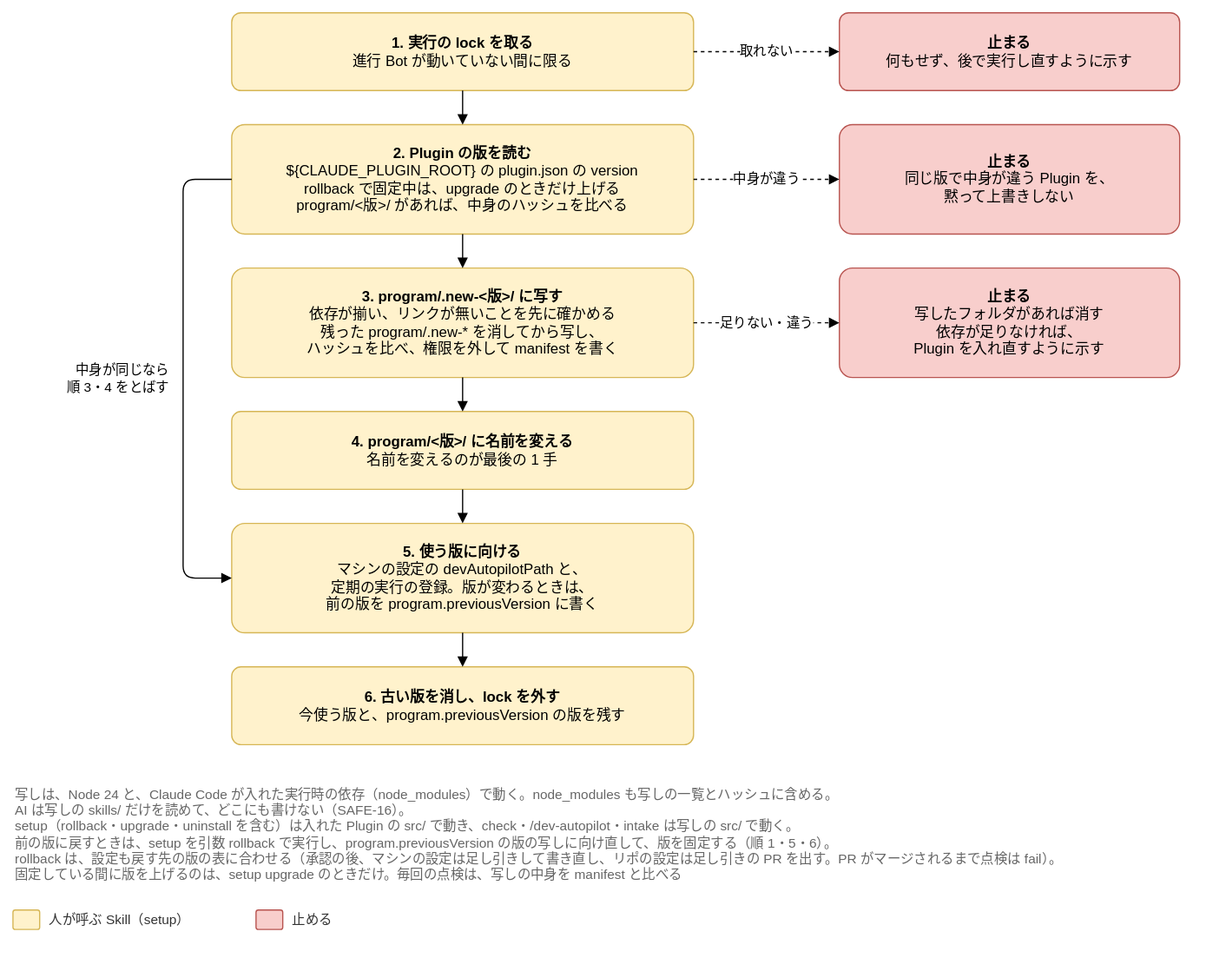
This is docs/design/basic/diagrams/04-program-copy.drawio.svg from Joymerrevent/dev-autopilot, a draw.io export, as it was before one commit. Source tidied: cells renumbered, new cells last; positions are measured from the earlier drawing's top-left corner, leaving out a move shared by most shapes.
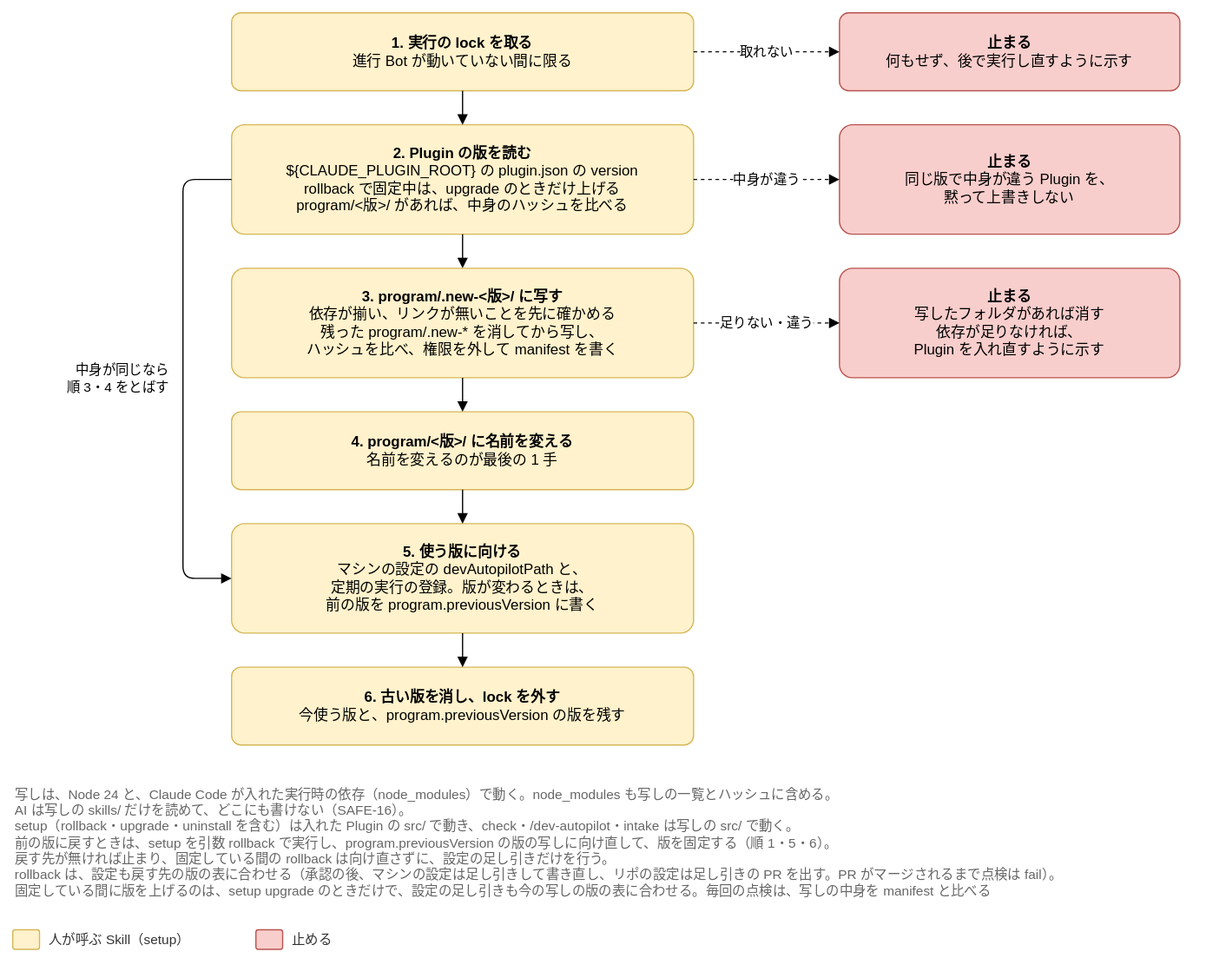
Later version of the same file.

Commit message:
docs(design): 基本設計の導入と点検（04）の図を、合図と全体の停止の間の試しと rollback の直しにそろえる

- H-10：04-check の bot と note、04-setup-flow の s7 で、試しを除く間を
  「合図が run でない間」にする
- H-1：04-check の probe と note、04-setup-flow の s7 に、全体の停止の Issue がある間は
  試しのセッションを起こさないことを足す
- M-57：04-program-copy の note に、戻す先が無いときと、版を固定している間の
  rollback と setup の扱いを足す

Claude-Session: https://claude.ai/code/session_01LvmXQN14Y95msvojZ6hWNP

Diff of the diagram source:
```diff
@@ -64,20 +64,20 @@
     <mxCell id="20" value="中身が同じなら&lt;br&gt;順 3・4 をとばす" style="text;html=1;align=right;verticalAlign=middle;fontSize=11;" parent="1" vertex="1">
       <mxGeometry y="281" width="130" height="40" as="geometry" />
     </mxCell>
-    <mxCell id="21" value="写しは、Node 24 と、Claude Code が入れた実行時の依存（node_modules）で動く。node_modules も写しの一覧とハッシュに含める。&lt;br&gt;AI は写しの skills/ だけを読めて、どこにも書けない（SAFE-16）。&lt;br&gt;setup（rollback・upgrade・uninstall を含む）は入れた Plugin の src/ で動き、check・/dev-autopilot・intake は写しの src/ で動く。&lt;br&gt;前の版に戻すときは、setup を引数 rollback で実行し、program.previousVersion の版の写しに向け直して、版を固定する（順 1・5・6）。&lt;br&gt;rollback は、設定も戻す先の版の表に合わせる（承認の後、マシンの設定は足し引きして書き直し、リポの設定は足し引きの PR を出す。PR がマージされるまで点検は fail）。&lt;br&gt;固定している間に版を上げるのは、setup upgrade のときだけ。毎回の点検は、写しの中身を manifest と比べる" style="text;html=1;whiteSpace=wrap;align=left;verticalAlign=top;fontSize=11;fontColor=#666666;" parent="1" vertex="1">
-      <mxGeometry y="630" width="960" height="88" as="geometry" />
+    <mxCell id="21" value="写しは、Node 24 と、Claude Code が入れた実行時の依存（node_modules）で動く。node_modules も写しの一覧とハッシュに含める。&lt;br&gt;AI は写しの skills/ だけを読めて、どこにも書けない（SAFE-16）。&lt;br&gt;setup（rollback・upgrade・uninstall を含む）は入れた Plugin の src/ で動き、check・/dev-autopilot・intake は写しの src/ で動く。&lt;br&gt;前の版に戻すときは、setup を引数 rollback で実行し、program.previousVersion の版の写しに向け直して、版を固定する（順 1・5・6）。&lt;br&gt;戻す先が無ければ止まり、固定している間の rollback は向け直さずに、設定の足し引きだけを行う。&lt;br&gt;rollback は、設定も戻す先の版の表に合わせる（承認の後、マシンの設定は足し引きして書き直し、リポの設定は足し引きの PR を出す。PR がマージされるまで点検は fail）。&lt;br&gt;固定している間に版を上げるのは、setup upgrade のときだけで、設定の足し引きも今の写しの版の表に合わせる。毎回の点検は、写しの中身を manifest と比べる" style="text;html=1;whiteSpace=wrap;align=left;verticalAlign=top;fontSize=11;fontColor=#666666;" parent="1" vertex="1">
+      <mxGeometry y="630" width="960" height="104" as="geometry" />
     </mxCell>
     <mxCell id="22" style="rounded=1;whiteSpace=wrap;html=1;fontSize=12;arcSize=12;spacing=12;fillColor=#fff2cc;strokeColor=#d6b656;" parent="1" vertex="1">
-      <mxGeometry y="738" width="22" height="16" as="geometry" />
+      <mxGeometry y="754" width="22" height="16" as="geometry" />
     </mxCell>
     <mxCell id="23" value="人が呼ぶ Skill（setup）" style="text;html=1;align=left;verticalAlign=middle;fontSize=11;fontColor=#333333;" parent="1" vertex="1">
-      <mxGeometry x="28" y="736" width="156" height="20" as="geometry" />
+      <mxGeometry x="28" y="752" width="156" height="20" as="geometry" />
     </mxCell>
     <mxCell id="24" style="rounded=1;whiteSpace=wrap;html=1;fontSize=12;arcSize=12;spacing=12;fillColor=#f8cecc;strokeColor=#b85450;" parent="1" vertex="1">
-      <mxGeometry x="200" y="738" width="22" height="16" as="geometry" />
+      <mxGeometry x="200" y="754" width="22" height="16" as="geometry" />
     </mxCell>
     <mxCell id="25" value="止める" style="text;html=1;align=left;verticalAlign=middle;fontSize=11;fontColor=#333333;" parent="1" vertex="1">
-      <mxGeometry x="228" y="736" width="46" height="20" as="geometry" />
+      <mxGeometry x="228" y="752" width="46" height="20" as="geometry" />
     </mxCell>
   </root>
 </mxGraphModel>
```
